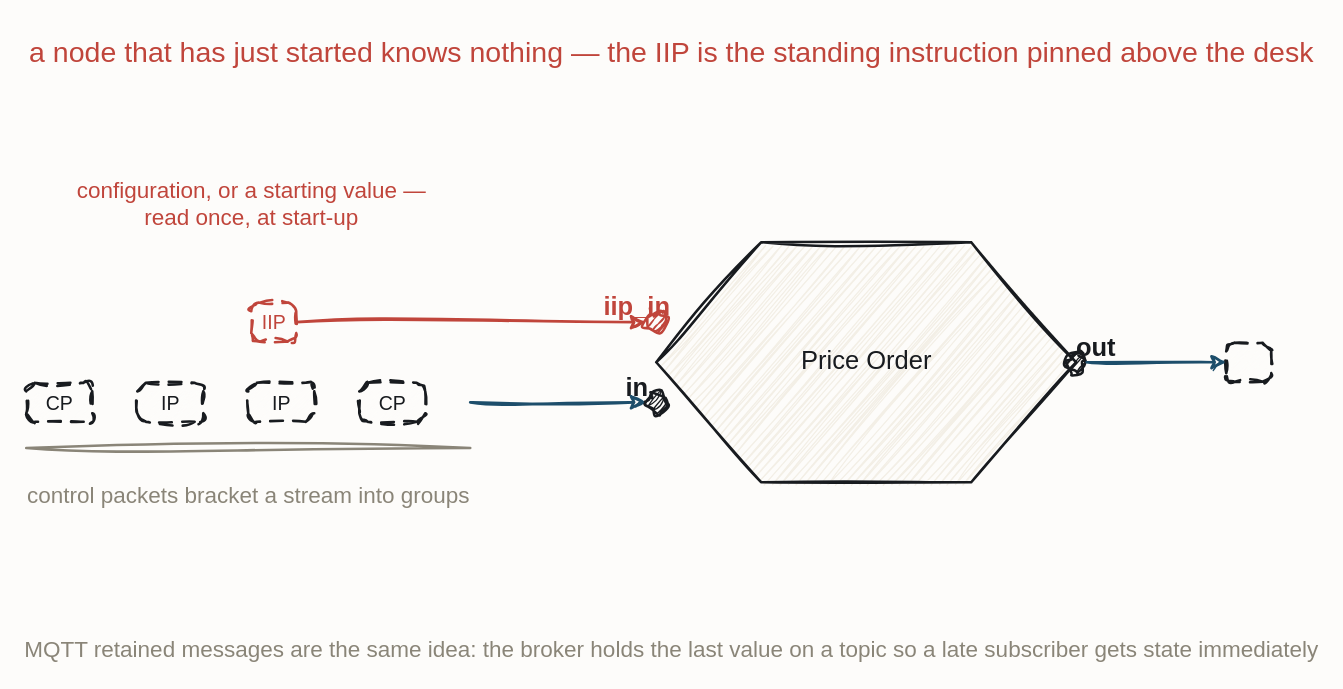
iancooper/practical-messaging keeps this draw.io diagram as resources/flow-fbp-iip.drawio. Above is the earlier version. Source tidied: cells renumbered, new cells numbered last; positions are measured from the earlier drawing's top-left corner, leaving out a move shared by most shapes. Both pictures are drawn from the tidied source at 150%, with x=0, y=0 at pixel (26, 26).
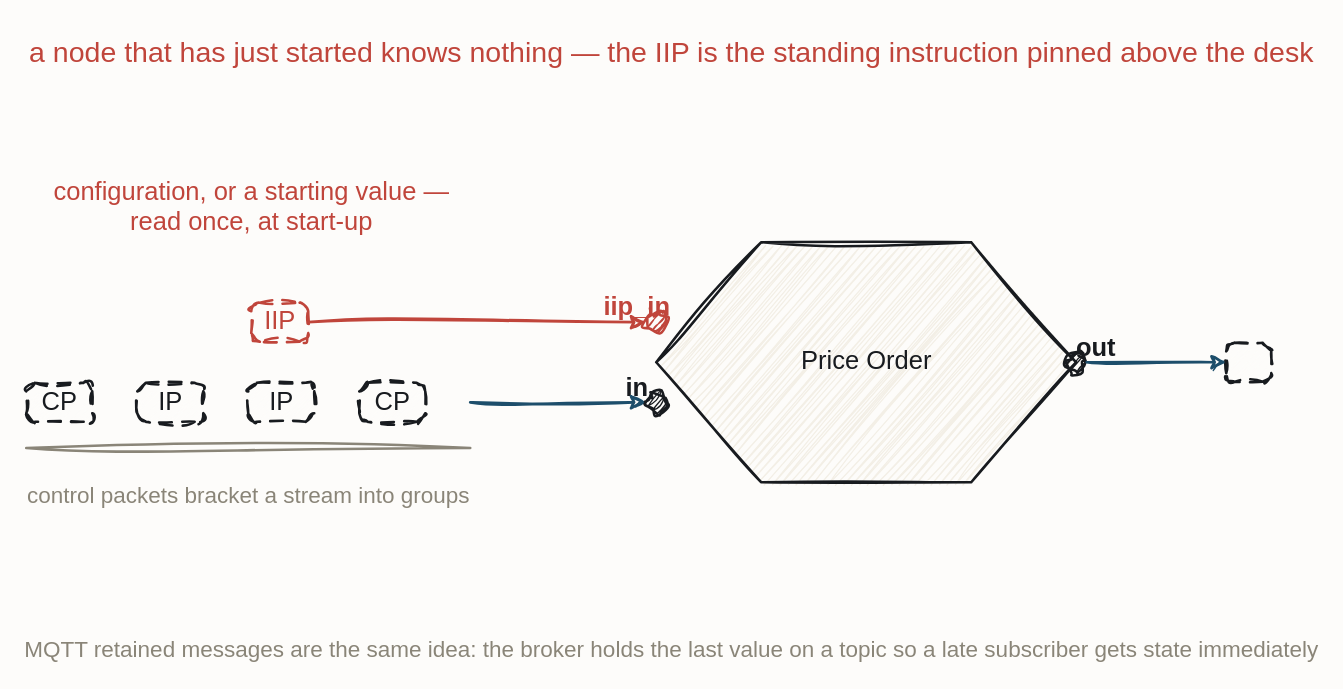
Above is the later version.

Unchanged cells that the change refers to:
```xml
<mxCell id="4" style="sketch=1;hachureGap=4;jiggle=2;curveFitting=1;fontFamily=Caveat;html=1;ellipse;verticalLabelPosition=bottom;verticalAlign=top;strokeColor=#C0453B;strokeWidth=1.7;fillColor=#C0453B;fontColor=#C0453B;fontSize=14;" parent="1" vertex="1">
  <mxGeometry x="413" y="190.3" width="14" height="14" as="geometry" />
</mxCell>
<mxCell id="6" style="sketch=1;hachureGap=4;jiggle=2;curveFitting=1;fontFamily=Caveat;html=1;ellipse;verticalLabelPosition=bottom;verticalAlign=top;strokeColor=#181B1F;strokeWidth=1.7;fillColor=#181B1F;fontColor=#181B1F;fontSize=14;" parent="1" vertex="1">
  <mxGeometry x="413" y="243.7" width="14" height="14" as="geometry" />
</mxCell>
<mxCell id="8" style="sketch=1;hachureGap=4;jiggle=2;curveFitting=1;fontFamily=Caveat;html=1;ellipse;verticalLabelPosition=bottom;verticalAlign=top;strokeColor=#181B1F;strokeWidth=1.7;fillColor=#181B1F;fontColor=#181B1F;fontSize=14;" parent="1" vertex="1">
  <mxGeometry x="693" y="217" width="14" height="14" as="geometry" />
</mxCell>
<mxCell id="17" style="sketch=1;hachureGap=4;jiggle=2;curveFitting=1;fontFamily=Caveat;html=1;rounded=1;arcSize=22;dashed=1;dashPattern=5 4;strokeColor=#181B1F;strokeWidth=1.7;fillColor=#FDFCFA;fontColor=#181B1F;fontSize=13;" parent="1" vertex="1">
  <mxGeometry x="800" y="211" width="30" height="26" as="geometry" />
</mxCell>
```

The edit, as a diff of the source:
```diff
@@
-    <mxCell id="10" value="IIP" style="sketch=1;hachureGap=4;jiggle=2;curveFitting=1;fontFamily=Caveat;html=1;rounded=1;arcSize=22;dashed=1;dashPattern=5 4;strokeColor=#C0453B;strokeWidth=1.7;fillColor=#FDFCFA;fontColor=#C0453B;fontSize=13;" parent="1" vertex="1">
-      <mxGeometry x="150" y="184.3" width="30" height="26" as="geometry" />
+    <mxCell id="10" value="IIP" style="sketch=1;hachureGap=4;jiggle=2;curveFitting=1;fontFamily=Caveat;html=1;rounded=1;arcSize=22;dashed=1;dashPattern=5 4;strokeColor=#C0453B;strokeWidth=1.7;fillColor=#FDFCFA;fontColor=#C0453B;fontSize=17;" parent="1" vertex="1">
+      <mxGeometry x="150" y="184.3" width="38" height="26" as="geometry" />
     </mxCell>
-    <mxCell id="11" value="CP" style="sketch=1;hachureGap=4;jiggle=2;curveFitting=1;fontFamily=Caveat;html=1;rounded=1;arcSize=22;dashed=1;dashPattern=5 4;strokeColor=#181B1F;strokeWidth=1.7;fillColor=#FDFCFA;fontColor=#181B1F;fontSize=13;" parent="1" vertex="1">
+    <mxCell id="11" value="CP" style="sketch=1;hachureGap=4;jiggle=2;curveFitting=1;fontFamily=Caveat;html=1;rounded=1;arcSize=22;dashed=1;dashPattern=5 4;strokeColor=#181B1F;strokeWidth=1.7;fillColor=#FDFCFA;fontColor=#181B1F;fontSize=17;" parent="1" vertex="1">
       <mxGeometry y="237.7" width="44" height="26" as="geometry" />
     </mxCell>
-    <mxCell id="12" value="IP" style="sketch=1;hachureGap=4;jiggle=2;curveFitting=1;fontFamily=Caveat;html=1;rounded=1;arcSize=22;dashed=1;dashPattern=5 4;strokeColor=#181B1F;strokeWidth=1.7;fillColor=#FDFCFA;fontColor=#181B1F;fontSize=13;" parent="1" vertex="1">
+    <mxCell id="12" value="IP" style="sketch=1;hachureGap=4;jiggle=2;curveFitting=1;fontFamily=Caveat;html=1;rounded=1;arcSize=22;dashed=1;dashPattern=5 4;strokeColor=#181B1F;strokeWidth=1.7;fillColor=#FDFCFA;fontColor=#181B1F;fontSize=17;" parent="1" vertex="1">
       <mxGeometry x="74" y="237.7" width="44" height="26" as="geometry" />
     </mxCell>
-    <mxCell id="13" value="IP" style="sketch=1;hachureGap=4;jiggle=2;curveFitting=1;fontFamily=Caveat;html=1;rounded=1;arcSize=22;dashed=1;dashPattern=5 4;strokeColor=#181B1F;strokeWidth=1.7;fillColor=#FDFCFA;fontColor=#181B1F;fontSize=13;" parent="1" vertex="1">
+    <mxCell id="13" value="IP" style="sketch=1;hachureGap=4;jiggle=2;curveFitting=1;fontFamily=Caveat;html=1;rounded=1;arcSize=22;dashed=1;dashPattern=5 4;strokeColor=#181B1F;strokeWidth=1.7;fillColor=#FDFCFA;fontColor=#181B1F;fontSize=17;" parent="1" vertex="1">
       <mxGeometry x="148" y="237.7" width="44" height="26" as="geometry" />
     </mxCell>
-    <mxCell id="14" value="CP" style="sketch=1;hachureGap=4;jiggle=2;curveFitting=1;fontFamily=Caveat;html=1;rounded=1;arcSize=22;dashed=1;dashPattern=5 4;strokeColor=#181B1F;strokeWidth=1.7;fillColor=#FDFCFA;fontColor=#181B1F;fontSize=13;" parent="1" vertex="1">
+    <mxCell id="14" value="CP" style="sketch=1;hachureGap=4;jiggle=2;curveFitting=1;fontFamily=Caveat;html=1;rounded=1;arcSize=22;dashed=1;dashPattern=5 4;strokeColor=#181B1F;strokeWidth=1.7;fillColor=#FDFCFA;fontColor=#181B1F;fontSize=17;" parent="1" vertex="1">
       <mxGeometry x="222" y="237.7" width="44" height="26" as="geometry" />
     </mxCell>
@@
-    <mxCell id="18" value="configuration, or a starting value —&#10;read once, at start-up" style="text;html=1;align=center;fontFamily=Caveat;fontSize=15;fontColor=#C0453B;" parent="1" vertex="1">
+    <mxCell id="18" value="configuration, or a starting value —&#10;read once, at start-up" style="text;html=1;align=center;fontFamily=Caveat;fontSize=17;fontColor=#C0453B;" parent="1" vertex="1">
       <mxGeometry x="90" y="94" width="120" height="20" as="geometry" />
     </mxCell>
@@
-    <mxCell id="20" style="sketch=1;jiggle=2;curveFitting=1;edgeStyle=none;rounded=0;strokeColor=#C0453B;strokeWidth=1.8;fontFamily=Caveat;fontSize=15;fontColor=#C0453B;html=1;exitX=1.0;exitY=0.5;exitDx=0;exitDy=0;entryX=0.0;entryY=0.5;entryDx=0;entryDy=0;" parent="1" edge="1" source="10" target="4">
+    <mxCell id="20" style="sketch=1;jiggle=2;curveFitting=1;edgeStyle=none;rounded=0;strokeColor=#C0453B;strokeWidth=1.8;fontFamily=Caveat;fontSize=17;fontColor=#C0453B;html=1;exitX=1.0;exitY=0.5;exitDx=0;exitDy=0;entryX=0.0;entryY=0.5;entryDx=0;entryDy=0;" parent="1" edge="1" source="10" target="4">
       <mxGeometry relative="1" as="geometry" />
     </mxCell>
-    <mxCell id="21" style="sketch=1;jiggle=2;curveFitting=1;edgeStyle=none;rounded=0;strokeColor=#1D4E6B;strokeWidth=1.8;fontFamily=Caveat;fontSize=15;fontColor=#1D4E6B;html=1;entryX=0.0;entryY=0.5;entryDx=0;entryDy=0;" parent="1" edge="1" target="6">
+    <mxCell id="21" style="sketch=1;jiggle=2;curveFitting=1;edgeStyle=none;rounded=0;strokeColor=#1D4E6B;strokeWidth=1.8;fontFamily=Caveat;fontSize=17;fontColor=#1D4E6B;html=1;entryX=0.0;entryY=0.5;entryDx=0;entryDy=0;" parent="1" edge="1" target="6">
       <mxGeometry relative="1" as="geometry">
         <mxPoint x="296" y="250.7" as="sourcePoint" />
       </mxGeometry>
     </mxCell>
-    <mxCell id="22" style="sketch=1;jiggle=2;curveFitting=1;edgeStyle=none;rounded=0;strokeColor=#1D4E6B;strokeWidth=1.8;fontFamily=Caveat;fontSize=15;fontColor=#1D4E6B;html=1;exitX=1.0;exitY=0.5;exitDx=0;exitDy=0;entryX=0.0;entryY=0.5;entryDx=0;entryDy=0;" parent="1" edge="1" source="8" target="17">
+    <mxCell id="22" style="sketch=1;jiggle=2;curveFitting=1;edgeStyle=none;rounded=0;strokeColor=#1D4E6B;strokeWidth=1.8;fontFamily=Caveat;fontSize=17;fontColor=#1D4E6B;html=1;exitX=1.0;exitY=0.5;exitDx=0;exitDy=0;entryX=0.0;entryY=0.5;entryDx=0;entryDy=0;" parent="1" edge="1" source="8" target="17">
       <mxGeometry relative="1" as="geometry" />
     </mxCell>
```
